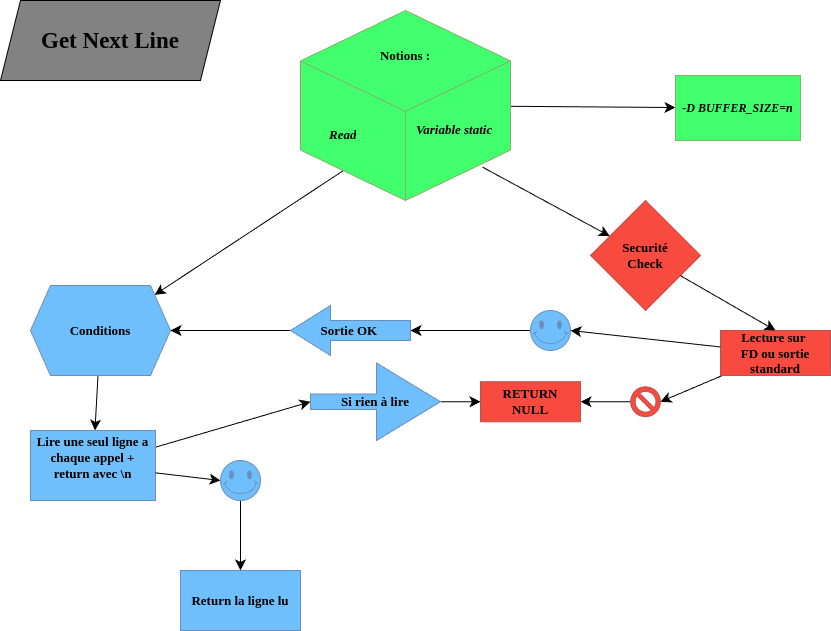
Above: getnext.drawio.png in Lyricallll/get_next_line (draw.io), before the change. Source tidied: cells renumbered, new cells last; positions are measured from the earlier drawing's top-left corner, leaving out a move shared by most shapes.
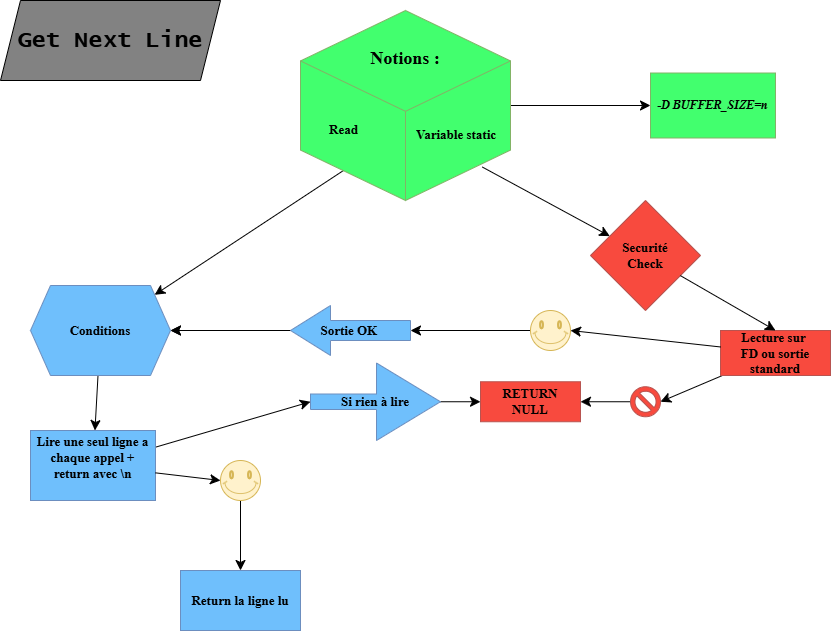
Above is the later version.

Commit message:
Mettre à jour getnext.drawio.png

The edit, as a diff of the source:
```diff
@@ -2,99 +2,99 @@
   <root>
     <mxCell id="0" />
     <mxCell id="1" parent="0" />
-    <mxCell id="2" style="edgeStyle=none;curved=1;rounded=0;jettySize=auto;html=1;fontSize=12;startSize=8;endSize=8;exitX=0.866;exitY=0.824;exitDx=0;exitDy=0;exitPerimeter=0;fontFamily=Lucida Console;" parent="1" edge="1" source="9" target="5">
+    <mxCell id="2" style="edgeStyle=none;curved=1;rounded=0;jettySize=auto;html=1;fontSize=12;startSize=8;endSize=8;exitX=0.866;exitY=0.824;exitDx=0;exitDy=0;exitPerimeter=0;fontFamily=Garamond;" parent="1" edge="1" source="9" target="5">
       <mxGeometry relative="1" as="geometry" />
     </mxCell>
-    <mxCell id="3" style="edgeStyle=none;curved=1;rounded=0;jettySize=auto;html=1;fontSize=12;startSize=8;endSize=8;exitX=0.224;exitY=0.828;exitDx=0;exitDy=0;exitPerimeter=0;fontFamily=Lucida Console;" parent="1" edge="1" source="9" target="7">
+    <mxCell id="3" style="edgeStyle=none;curved=1;rounded=0;jettySize=auto;html=1;fontSize=12;startSize=8;endSize=8;exitX=0.224;exitY=0.828;exitDx=0;exitDy=0;exitPerimeter=0;fontFamily=Garamond;" parent="1" edge="1" source="9" target="7">
       <mxGeometry relative="1" as="geometry" />
     </mxCell>
     <mxCell id="4" value="Get Next Line" style="shape=parallelogram;perimeter=parallelogramPerimeter;whiteSpace=wrap;html=1;fixedSize=1;fontStyle=1;fontSize=23;fillColor=#828282;fontFamily=Lucida Console;" parent="1" vertex="1">
       <mxGeometry width="220" height="80" as="geometry" />
     </mxCell>
-    <mxCell id="5" value="Securité&lt;div&gt;Check&lt;/div&gt;" style="rhombus;whiteSpace=wrap;html=1;fontSize=13;fontFamily=Lucida Console;verticalAlign=middle;fillColor=#F84A3E;fontStyle=1;startSize=26;swimlaneFillColor=#ffffff;rounded=0;shadow=0;comic=0;labelBackgroundColor=none;strokeWidth=1;strokeColor=#b85450;" parent="1" vertex="1">
+    <mxCell id="5" value="Securité&lt;div&gt;Check&lt;/div&gt;" style="rhombus;whiteSpace=wrap;html=1;fontSize=13;fontFamily=Garamond;verticalAlign=middle;fillColor=#F84A3E;fontStyle=1;startSize=26;swimlaneFillColor=#ffffff;rounded=0;shadow=0;comic=0;labelBackgroundColor=none;strokeWidth=1;strokeColor=#b85450;" parent="1" vertex="1">
       <mxGeometry x="590" y="200" width="110" height="110" as="geometry" />
     </mxCell>
-    <mxCell id="6" style="edgeStyle=none;curved=1;rounded=0;jettySize=auto;html=1;fontSize=12;startSize=8;endSize=8;fontFamily=Lucida Console;" parent="1" edge="1" source="7" target="15">
+    <mxCell id="6" style="edgeStyle=none;curved=1;rounded=0;jettySize=auto;html=1;fontSize=12;startSize=8;endSize=8;fontFamily=Garamond;" parent="1" edge="1" source="7" target="15">
       <mxGeometry relative="1" as="geometry" />
     </mxCell>
-    <mxCell id="7" value="Conditions" style="shape=hexagon;perimeter=hexagonPerimeter2;whiteSpace=wrap;html=1;fixedSize=1;fontSize=13;fontFamily=Lucida Console;verticalAlign=middle;fillColor=#6FBFFC;fontStyle=1;startSize=26;swimlaneFillColor=#ffffff;rounded=0;shadow=0;comic=0;labelBackgroundColor=none;strokeWidth=1;strokeColor=#6c8ebf;" parent="1" vertex="1">
+    <mxCell id="7" value="Conditions" style="shape=hexagon;perimeter=hexagonPerimeter2;whiteSpace=wrap;html=1;fixedSize=1;fontSize=13;fontFamily=Garamond;verticalAlign=middle;fillColor=#6FBFFC;fontStyle=1;startSize=26;swimlaneFillColor=#ffffff;rounded=0;shadow=0;comic=0;labelBackgroundColor=none;strokeWidth=1;strokeColor=#6c8ebf;" parent="1" vertex="1">
       <mxGeometry x="30" y="285" width="140" height="90" as="geometry" />
     </mxCell>
-    <mxCell id="8" style="edgeStyle=none;curved=1;rounded=0;jettySize=auto;html=1;fontSize=12;startSize=8;endSize=8;fontFamily=Lucida Console;strokeColor=default;" parent="1" edge="1" source="9" target="23">
+    <mxCell id="8" style="edgeStyle=none;curved=1;rounded=0;jettySize=auto;html=1;fontSize=12;startSize=8;endSize=8;fontFamily=Garamond;strokeColor=default;" parent="1" edge="1" source="9" target="23">
       <mxGeometry relative="1" as="geometry" />
     </mxCell>
-    <mxCell id="9" value="&lt;div&gt;&lt;span style=&quot;font-size: 13px; font-weight: 700; text-wrap: nowrap; background-color: initial;&quot;&gt;&lt;br&gt;&lt;/span&gt;&lt;/div&gt;&lt;div&gt;&lt;span style=&quot;font-size: 13px; font-weight: 700; text-wrap: nowrap; background-color: initial;&quot;&gt;&lt;br&gt;&lt;/span&gt;&lt;/div&gt;&lt;div&gt;&lt;span style=&quot;font-size: 13px; font-weight: 700; text-wrap: nowrap; background-color: initial;&quot;&gt;Notions :&lt;/span&gt;&lt;br&gt;&lt;/div&gt;&lt;div&gt;&lt;span style=&quot;font-size: 13px; font-weight: 700; text-wrap: nowrap; background-color: initial;&quot;&gt;&lt;br&gt;&lt;/span&gt;&lt;/div&gt;&lt;div&gt;&lt;span style=&quot;font-size: 13px; font-weight: 700; text-wrap: nowrap; background-color: initial;&quot;&gt;&lt;br&gt;&lt;/span&gt;&lt;/div&gt;&lt;div&gt;&lt;br&gt;&lt;/div&gt;&lt;div style=&quot;text-align: left;&quot;&gt;&lt;br&gt;&lt;/div&gt;" style="html=1;whiteSpace=wrap;shape=isoCube2;backgroundOutline=1;isoAngle=15;verticalAlign=top;fillColor=#42FF6E;strokeColor=#82b366;fontFamily=Lucida Console;" parent="1" vertex="1">
+    <mxCell id="9" value="&lt;div&gt;&lt;span style=&quot;font-size: 13px; font-weight: 700; text-wrap: nowrap; background-color: initial;&quot;&gt;&lt;br&gt;&lt;/span&gt;&lt;/div&gt;&lt;div&gt;&lt;span style=&quot;font-size: 13px; font-weight: 700; text-wrap: nowrap; background-color: initial;&quot;&gt;&lt;br&gt;&lt;/span&gt;&lt;/div&gt;&lt;div&gt;&lt;font style=&quot;font-size: 18px;&quot;&gt;&lt;span style=&quot;font-weight: 700; text-wrap: nowrap; background-color: initial;&quot;&gt;Notions :&lt;/span&gt;&lt;br&gt;&lt;/font&gt;&lt;/div&gt;&lt;div&gt;&lt;span style=&quot;font-size: 13px; font-weight: 700; text-wrap: nowrap; background-color: initial;&quot;&gt;&lt;br&gt;&lt;/span&gt;&lt;/div&gt;&lt;div&gt;&lt;span style=&quot;font-size: 13px; font-weight: 700; text-wrap: nowrap; background-color: initial;&quot;&gt;&lt;br&gt;&lt;/span&gt;&lt;/div&gt;&lt;div&gt;&lt;br&gt;&lt;/div&gt;&lt;div style=&quot;text-align: left;&quot;&gt;&lt;br&gt;&lt;/div&gt;" style="html=1;whiteSpace=wrap;shape=isoCube2;backgroundOutline=1;isoAngle=15;verticalAlign=top;fillColor=#42FF6E;strokeColor=#82b366;fontFamily=Garamond;" parent="1" vertex="1">
       <mxGeometry x="300" y="10" width="210" height="190" as="geometry" />
     </mxCell>
-    <mxCell id="10" value="&amp;nbsp; &amp;nbsp; &amp;nbsp; &amp;nbsp; Read" style="text;html=1;strokeColor=none;fillColor=none;align=left;verticalAlign=top;spacingLeft=1;spacingRight=4;whiteSpace=wrap;overflow=hidden;fontStyle=3;fontSize=13;spacingBottom=0;flipV=0;flipH=0;direction=west;fontFamily=Lucida Console;" parent="1" vertex="1">
-      <mxGeometry x="300" y="120" width="110" height="30" as="geometry" />
+    <mxCell id="10" value="&amp;nbsp; &amp;nbsp; &amp;nbsp; &amp;nbsp; Read" style="text;html=1;strokeColor=none;fillColor=none;align=left;verticalAlign=top;spacingLeft=1;spacingRight=4;whiteSpace=wrap;overflow=hidden;fontStyle=1;fontSize=13;spacingBottom=0;flipV=0;flipH=0;direction=west;fontFamily=Garamond;" parent="1" vertex="1">
+      <mxGeometry x="300" y="115" width="110" height="30" as="geometry" />
     </mxCell>
-    <mxCell id="11" value="Variable static&lt;div&gt;&lt;span style=&quot;white-space: pre;&quot;&gt;&#9;&lt;/span&gt;&lt;span style=&quot;white-space: pre;&quot;&gt;&#9;&lt;/span&gt;&lt;br&gt;&lt;/div&gt;" style="text;html=1;strokeColor=none;fillColor=none;align=left;verticalAlign=top;spacingLeft=4;spacingRight=4;whiteSpace=wrap;overflow=hidden;fontStyle=3;fontSize=13;fontFamily=Lucida Console;" parent="1" vertex="1">
-      <mxGeometry x="410" y="115" width="100" height="40" as="geometry" />
+    <mxCell id="11" value="Variable static&lt;div&gt;&lt;span style=&quot;white-space: pre;&quot;&gt;&#9;&lt;/span&gt;&lt;span style=&quot;white-space: pre;&quot;&gt;&#9;&lt;/span&gt;&lt;br&gt;&lt;/div&gt;" style="text;html=1;strokeColor=none;fillColor=none;align=left;verticalAlign=top;spacingLeft=4;spacingRight=4;whiteSpace=wrap;overflow=hidden;fontStyle=1;fontSize=13;fontFamily=Garamond;direction=west;" parent="1" vertex="1">
+      <mxGeometry x="410" y="120" width="100" height="40" as="geometry" />
     </mxCell>
-    <mxCell id="12" value="RETURN&lt;div&gt;&lt;span style=&quot;background-color: initial;&quot;&gt;NULL&lt;/span&gt;&lt;br&gt;&lt;/div&gt;" style="rounded=0;whiteSpace=wrap;html=1;fontSize=13;fontFamily=Lucida Console;fillColor=#F84A3E;strokeColor=#b85450;fontStyle=1;startSize=26;swimlaneFillColor=#ffffff;shadow=0;comic=0;labelBackgroundColor=none;strokeWidth=1;align=center;verticalAlign=middle;fontColor=default;" parent="1" vertex="1">
+    <mxCell id="12" value="RETURN&lt;div&gt;&lt;span style=&quot;background-color: initial;&quot;&gt;NULL&lt;/span&gt;&lt;br&gt;&lt;/div&gt;" style="rounded=0;whiteSpace=wrap;html=1;fontSize=13;fontFamily=Garamond;fillColor=#F84A3E;strokeColor=#b85450;fontStyle=1;startSize=26;swimlaneFillColor=#ffffff;shadow=0;comic=0;labelBackgroundColor=none;strokeWidth=1;align=center;verticalAlign=middle;fontColor=default;" parent="1" vertex="1">
       <mxGeometry x="480" y="381.2" width="100" height="40" as="geometry" />
     </mxCell>
-    <mxCell id="13" style="edgeStyle=none;curved=1;rounded=0;jettySize=auto;html=1;fontSize=12;startSize=8;endSize=8;entryX=0;entryY=0.5;entryDx=0;entryDy=0;entryPerimeter=0;fontFamily=Lucida Console;" parent="1" edge="1" source="15" target="17">
+    <mxCell id="13" style="edgeStyle=none;curved=1;rounded=0;jettySize=auto;html=1;fontSize=12;startSize=8;endSize=8;entryX=0;entryY=0.5;entryDx=0;entryDy=0;entryPerimeter=0;fontFamily=Garamond;" parent="1" edge="1" source="15" target="17">
       <mxGeometry relative="1" as="geometry" />
     </mxCell>
-    <mxCell id="14" style="edgeStyle=none;curved=1;rounded=0;jettySize=auto;html=1;entryX=0.5;entryY=0;entryDx=0;entryDy=0;fontSize=12;startSize=8;endSize=8;fontFamily=Lucida Console;" parent="1" edge="1" source="30" target="18">
+    <mxCell id="14" style="edgeStyle=none;curved=1;rounded=0;jettySize=auto;html=1;entryX=0.5;entryY=0;entryDx=0;entryDy=0;fontSize=12;startSize=8;endSize=8;fontFamily=Garamond;" parent="1" edge="1" source="30" target="18">
       <mxGeometry relative="1" as="geometry" />
     </mxCell>
-    <mxCell id="15" value="Lire une seul ligne a chaque app&lt;span style=&quot;background-color: initial;&quot;&gt;el +&lt;/span&gt;&lt;div&gt;return avec \n&lt;br&gt;&lt;div&gt;&lt;div&gt;&lt;br&gt;&lt;/div&gt;&lt;/div&gt;&lt;/div&gt;" style="whiteSpace=wrap;html=1;fontSize=13;fontFamily=Lucida Console;fillColor=#6FBFFC;strokeColor=#6c8ebf;fontStyle=1;startSize=26;swimlaneFillColor=#ffffff;rounded=0;shadow=0;comic=0;labelBackgroundColor=none;strokeWidth=1;verticalAlign=middle;align=center;fontColor=default;" parent="1" vertex="1">
+    <mxCell id="15" value="Lire une seul ligne a chaque app&lt;span style=&quot;background-color: initial;&quot;&gt;el +&lt;/span&gt;&lt;div&gt;return avec \n&lt;br&gt;&lt;div&gt;&lt;div&gt;&lt;br&gt;&lt;/div&gt;&lt;/div&gt;&lt;/div&gt;" style="whiteSpace=wrap;html=1;fontSize=13;fontFamily=Garamond;fillColor=#6FBFFC;strokeColor=#6c8ebf;fontStyle=1;startSize=26;swimlaneFillColor=#ffffff;rounded=0;shadow=0;comic=0;labelBackgroundColor=none;strokeWidth=1;verticalAlign=middle;align=center;fontColor=default;" parent="1" vertex="1">
       <mxGeometry x="30" y="430" width="125" height="70" as="geometry" />
     </mxCell>
-    <mxCell id="16" style="edgeStyle=none;curved=1;rounded=0;jettySize=auto;html=1;entryX=0;entryY=0.5;entryDx=0;entryDy=0;fontSize=12;startSize=8;endSize=8;fontFamily=Lucida Console;" parent="1" edge="1" source="17" target="12">
+    <mxCell id="16" style="edgeStyle=none;curved=1;rounded=0;jettySize=auto;html=1;entryX=0;entryY=0.5;entryDx=0;entryDy=0;fontSize=12;startSize=8;endSize=8;fontFamily=Garamond;" parent="1" edge="1" source="17" target="12">
       <mxGeometry relative="1" as="geometry" />
     </mxCell>
-    <mxCell id="17" value="Si rien à lire" style="shape=singleArrow;whiteSpace=wrap;html=1;arrowWidth=0.2;arrowSize=0.49230769230769234;fontSize=13;fontFamily=Lucida Console;verticalAlign=middle;fillColor=#6FBFFC;strokeColor=#6c8ebf;fontStyle=1;startSize=26;swimlaneFillColor=#ffffff;rounded=0;shadow=0;comic=0;labelBackgroundColor=none;strokeWidth=1;align=center;fontColor=default;" parent="1" vertex="1">
+    <mxCell id="17" value="Si rien à lire" style="shape=singleArrow;whiteSpace=wrap;html=1;arrowWidth=0.2;arrowSize=0.49230769230769234;fontSize=13;fontFamily=Garamond;verticalAlign=middle;fillColor=#6FBFFC;strokeColor=#6c8ebf;fontStyle=1;startSize=26;swimlaneFillColor=#ffffff;rounded=0;shadow=0;comic=0;labelBackgroundColor=none;strokeWidth=1;align=center;fontColor=default;" parent="1" vertex="1">
       <mxGeometry x="310" y="362.5" width="130" height="77.5" as="geometry" />
     </mxCell>
-    <mxCell id="18" value="Return la ligne lu" style="whiteSpace=wrap;html=1;fontSize=13;fontFamily=Lucida Console;fillColor=#6FBFFC;strokeColor=#6c8ebf;fontStyle=1;startSize=26;swimlaneFillColor=#ffffff;rounded=0;shadow=0;comic=0;labelBackgroundColor=none;strokeWidth=1;align=center;verticalAlign=middle;fontColor=default;" parent="1" vertex="1">
+    <mxCell id="18" value="Return la ligne lu" style="whiteSpace=wrap;html=1;fontSize=13;fontFamily=Garamond;fillColor=#6FBFFC;strokeColor=#6c8ebf;fontStyle=1;startSize=26;swimlaneFillColor=#ffffff;rounded=0;shadow=0;comic=0;labelBackgroundColor=none;strokeWidth=1;align=center;verticalAlign=middle;fontColor=default;" parent="1" vertex="1">
       <mxGeometry x="180" y="570" width="120" height="60" as="geometry" />
     </mxCell>
-    <mxCell id="19" style="edgeStyle=none;curved=1;rounded=0;jettySize=auto;html=1;fontSize=12;startSize=8;endSize=8;fontFamily=Lucida Console;" parent="1" edge="1" source="28" target="12">
+    <mxCell id="19" style="edgeStyle=none;curved=1;rounded=0;jettySize=auto;html=1;fontSize=12;startSize=8;endSize=8;fontFamily=Garamond;" parent="1" edge="1" source="28" target="12">
       <mxGeometry relative="1" as="geometry" />
     </mxCell>
-    <mxCell id="20" style="edgeStyle=none;curved=1;rounded=0;jettySize=auto;html=1;fontSize=12;startSize=8;endSize=8;entryX=0;entryY=0.5;entryDx=0;entryDy=0;entryPerimeter=0;fontFamily=Lucida Console;" parent="1" edge="1" source="31" target="27">
+    <mxCell id="20" style="edgeStyle=none;curved=1;rounded=0;jettySize=auto;html=1;fontSize=12;startSize=8;endSize=8;entryX=0;entryY=0.5;entryDx=0;entryDy=0;entryPerimeter=0;fontFamily=Garamond;" parent="1" edge="1" source="31" target="27">
       <mxGeometry relative="1" as="geometry" />
     </mxCell>
-    <mxCell id="21" style="edgeStyle=none;curved=1;rounded=0;jettySize=auto;html=1;fontSize=12;startSize=8;endSize=8;entryX=1;entryY=0.5;entryDx=0;entryDy=0;entryPerimeter=0;fontFamily=Lucida Console;" parent="1" edge="1" source="22" target="28">
+    <mxCell id="21" style="edgeStyle=none;curved=1;rounded=0;jettySize=auto;html=1;fontSize=12;startSize=8;endSize=8;entryX=1;entryY=0.5;entryDx=0;entryDy=0;entryPerimeter=0;fontFamily=Garamond;" parent="1" edge="1" source="22" target="28">
       <mxGeometry relative="1" as="geometry" />
     </mxCell>
-    <mxCell id="22" value="Lecture sur&amp;nbsp;&lt;div&gt;FD ou sortie standard&lt;/div&gt;" style="whiteSpace=wrap;html=1;fontSize=13;fontFamily=Lucida Console;fillColor=#F84A3E;strokeColor=#b85450;fontStyle=1;startSize=26;swimlaneFillColor=#ffffff;rounded=0;shadow=0;comic=0;labelBackgroundColor=none;strokeWidth=1;align=center;verticalAlign=middle;fontColor=default;" parent="1" vertex="1">
+    <mxCell id="22" value="Lecture sur&amp;nbsp;&lt;div&gt;FD ou sortie standard&lt;/div&gt;" style="whiteSpace=wrap;html=1;fontSize=13;fontFamily=Garamond;fillColor=#F84A3E;strokeColor=#b85450;fontStyle=1;startSize=26;swimlaneFillColor=#ffffff;rounded=0;shadow=0;comic=0;labelBackgroundColor=none;strokeWidth=1;align=center;verticalAlign=middle;fontColor=default;" parent="1" vertex="1">
       <mxGeometry x="720" y="330" width="110" height="45" as="geometry" />
     </mxCell>
-    <mxCell id="23" value="-D BUFFER_SIZE=n" style="whiteSpace=wrap;html=1;verticalAlign=middle;fillColor=#42FF6E;strokeColor=#82b366;fontStyle=3;fillStyle=auto;strokeWidth=1;perimeterSpacing=0;glass=0;rounded=0;shadow=0;align=center;fontFamily=Lucida Console;fontSize=12;fontColor=default;" parent="1" vertex="1">
-      <mxGeometry x="675" y="75" width="125" height="65" as="geometry" />
+    <mxCell id="23" value="-D BUFFER_SIZE=n" style="whiteSpace=wrap;html=1;verticalAlign=middle;fillColor=#42FF6E;strokeColor=#82b366;fontStyle=3;fillStyle=auto;strokeWidth=1;perimeterSpacing=0;glass=0;rounded=0;shadow=0;align=center;fontFamily=Garamond;fontSize=12;fontColor=default;" parent="1" vertex="1">
+      <mxGeometry x="650" y="72.5" width="125" height="65" as="geometry" />
     </mxCell>
-    <mxCell id="24" style="edgeStyle=none;curved=1;rounded=0;jettySize=auto;html=1;fontSize=12;startSize=8;endSize=8;entryX=0.5;entryY=0;entryDx=0;entryDy=0;strokeColor=default;fontFamily=Lucida Console;" parent="1" edge="1" source="5" target="22">
+    <mxCell id="24" style="edgeStyle=none;curved=1;rounded=0;jettySize=auto;html=1;fontSize=12;startSize=8;endSize=8;entryX=0.5;entryY=0;entryDx=0;entryDy=0;strokeColor=default;fontFamily=Garamond;" parent="1" edge="1" source="5" target="22">
       <mxGeometry relative="1" as="geometry" />
     </mxCell>
-    <mxCell id="25" style="edgeStyle=none;curved=1;rounded=0;jettySize=auto;html=1;fontSize=12;startSize=8;endSize=8;entryX=1;entryY=0.5;entryDx=0;entryDy=0;fontFamily=Lucida Console;" parent="1" edge="1" target="7">
+    <mxCell id="25" style="edgeStyle=none;curved=1;rounded=0;jettySize=auto;html=1;fontSize=12;startSize=8;endSize=8;entryX=1;entryY=0.5;entryDx=0;entryDy=0;fontFamily=Garamond;" parent="1" edge="1" target="7">
       <mxGeometry relative="1" as="geometry">
         <mxPoint x="290" y="330" as="sourcePoint" />
       </mxGeometry>
     </mxCell>
-    <mxCell id="26" style="edgeStyle=none;curved=1;rounded=0;jettySize=auto;html=1;fontSize=12;startSize=8;endSize=8;fontFamily=Lucida Console;" parent="1" edge="1" source="27" target="7">
+    <mxCell id="26" style="edgeStyle=none;curved=1;rounded=0;jettySize=auto;html=1;fontSize=12;startSize=8;endSize=8;fontFamily=Garamond;" parent="1" edge="1" source="27" target="7">
       <mxGeometry relative="1" as="geometry" />
     </mxCell>
-    <mxCell id="27" value="Sortie&lt;span style=&quot;background-color: initial;&quot;&gt;&amp;nbsp;OK&amp;nbsp;&lt;/span&gt;" style="html=1;shadow=0;dashed=0;align=center;verticalAlign=middle;shape=mxgraph.arrows2.arrow;dy=0.6;dx=40;flipH=1;notch=0;fillColor=#6FBFFC;strokeColor=#6c8ebf;fontStyle=1;fontSize=13;rounded=0;comic=0;strokeWidth=1;swimlaneFillColor=#ffffff;fontFamily=Lucida Console;fontColor=default;labelBackgroundColor=none;" parent="1" vertex="1">
+    <mxCell id="27" value="Sortie&lt;span style=&quot;background-color: initial;&quot;&gt;&amp;nbsp;OK&amp;nbsp;&lt;/span&gt;" style="html=1;shadow=0;dashed=0;align=center;verticalAlign=middle;shape=mxgraph.arrows2.arrow;dy=0.6;dx=40;flipH=1;notch=0;fillColor=#6FBFFC;strokeColor=#6c8ebf;fontStyle=1;fontSize=13;rounded=0;comic=0;strokeWidth=1;swimlaneFillColor=#ffffff;fontFamily=Garamond;fontColor=default;labelBackgroundColor=none;" parent="1" vertex="1">
       <mxGeometry x="290" y="305" width="120" height="50" as="geometry" />
     </mxCell>
-    <mxCell id="28" style="verticalLabelPosition=bottom;verticalAlign=middle;html=1;shape=mxgraph.basic.no_symbol;fillColor=#F84A3E;strokeColor=#b85450;rounded=0;shadow=0;comic=0;strokeWidth=1;align=center;swimlaneFillColor=#ffffff;fontFamily=Lucida Console;fontSize=13;fontColor=default;fontStyle=1;labelBackgroundColor=none;" parent="1" vertex="1">
+    <mxCell id="28" style="verticalLabelPosition=bottom;verticalAlign=middle;html=1;shape=mxgraph.basic.no_symbol;fillColor=#F84A3E;strokeColor=#b85450;rounded=0;shadow=0;comic=0;strokeWidth=1;align=center;swimlaneFillColor=#ffffff;fontFamily=Garamond;fontSize=13;fontColor=default;fontStyle=1;labelBackgroundColor=none;" parent="1" vertex="1">
       <mxGeometry x="630" y="386.2" width="30" height="30" as="geometry" />
     </mxCell>
-    <mxCell id="29" style="edgeStyle=none;curved=1;rounded=0;jettySize=auto;html=1;entryX=0;entryY=0.5;entryDx=0;entryDy=0;fontSize=12;startSize=8;endSize=8;fontFamily=Lucida Console;" parent="1" edge="1" source="15" target="30">
+    <mxCell id="29" style="edgeStyle=none;curved=1;rounded=0;jettySize=auto;html=1;entryX=0;entryY=0.5;entryDx=0;entryDy=0;fontSize=12;startSize=8;endSize=8;fontFamily=Garamond;" parent="1" edge="1" source="15" target="30">
       <mxGeometry relative="1" as="geometry" />
     </mxCell>
-    <mxCell id="30" style="verticalLabelPosition=bottom;verticalAlign=middle;html=1;shape=mxgraph.basic.smiley;fillColor=#6FBFFC;strokeColor=#6c8ebf;rounded=0;shadow=0;comic=0;strokeWidth=1;align=center;swimlaneFillColor=#ffffff;fontFamily=Lucida Console;fontSize=13;fontColor=default;fontStyle=1;labelBackgroundColor=none;" parent="1" vertex="1">
+    <mxCell id="30" style="verticalLabelPosition=bottom;verticalAlign=middle;html=1;shape=mxgraph.basic.smiley;fillColor=#fff2cc;strokeColor=#d6b656;rounded=0;shadow=0;comic=0;strokeWidth=1;align=center;swimlaneFillColor=#ffffff;fontFamily=Garamond;fontSize=13;fontStyle=1;labelBackgroundColor=none;" parent="1" vertex="1">
       <mxGeometry x="220" y="460" width="40" height="40" as="geometry" />
     </mxCell>
-    <mxCell id="31" style="verticalLabelPosition=bottom;verticalAlign=middle;html=1;shape=mxgraph.basic.smiley;fillColor=#6FBFFC;strokeColor=#6c8ebf;rounded=0;shadow=0;comic=0;strokeWidth=1;align=center;swimlaneFillColor=#ffffff;fontFamily=Lucida Console;fontSize=13;fontColor=default;fontStyle=1;labelBackgroundColor=none;" parent="1" vertex="1">
+    <mxCell id="31" style="verticalLabelPosition=bottom;verticalAlign=middle;html=1;shape=mxgraph.basic.smiley;fillColor=#fff2cc;strokeColor=#d6b656;rounded=0;shadow=0;comic=0;strokeWidth=1;align=center;swimlaneFillColor=#ffffff;fontFamily=Garamond;fontSize=13;fontStyle=1;labelBackgroundColor=none;" parent="1" vertex="1">
       <mxGeometry x="530" y="310" width="40" height="40" as="geometry" />
     </mxCell>
-    <mxCell id="32" style="edgeStyle=none;curved=1;rounded=0;jettySize=auto;html=1;entryX=1;entryY=0.5;entryDx=0;entryDy=0;entryPerimeter=0;fontSize=12;startSize=8;endSize=8;fontFamily=Lucida Console;" parent="1" edge="1" source="22" target="31">
+    <mxCell id="32" style="edgeStyle=none;curved=1;rounded=0;jettySize=auto;html=1;entryX=1;entryY=0.5;entryDx=0;entryDy=0;entryPerimeter=0;fontSize=12;startSize=8;endSize=8;fontFamily=Garamond;" parent="1" edge="1" source="22" target="31">
       <mxGeometry relative="1" as="geometry" />
     </mxCell>
   </root>
```
